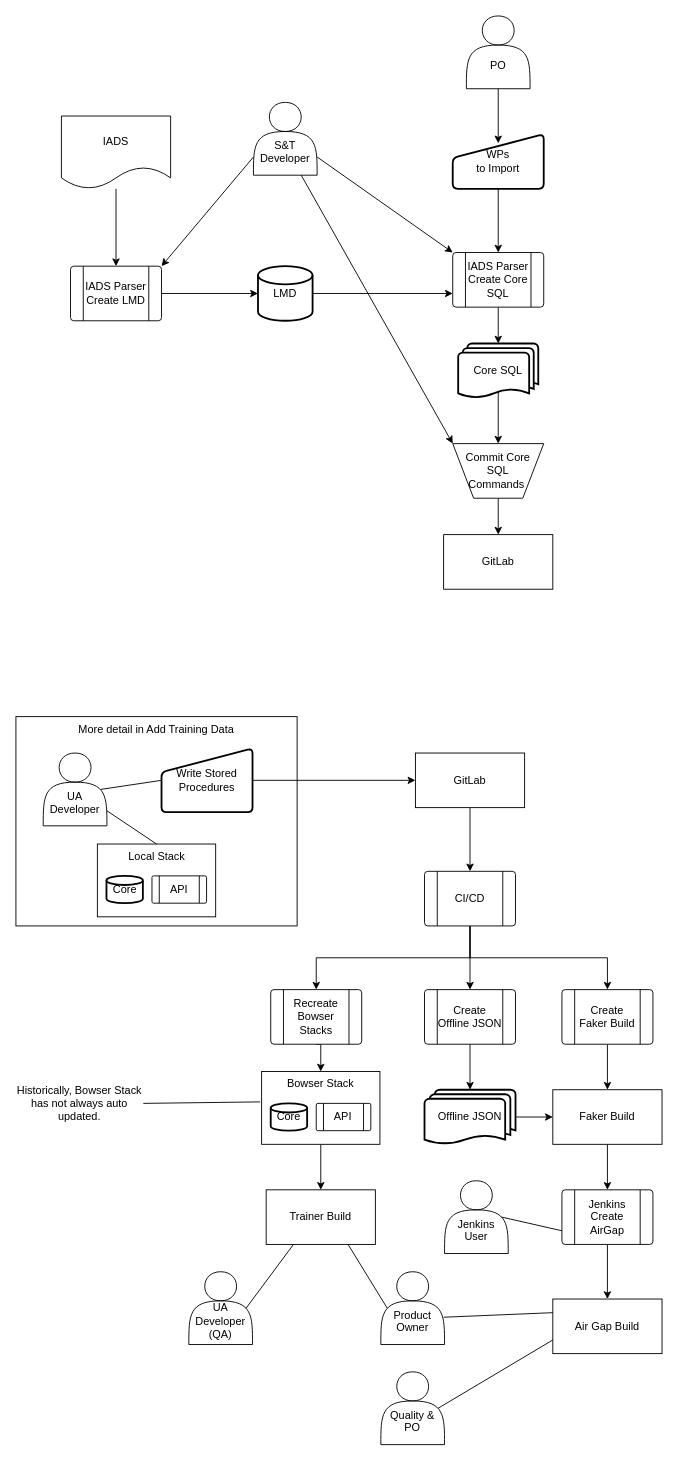
Earlier version of the draw.io diagram IETM Based Workflows/Testing Overview v1.drawio (Bspeirtorch/draw). Source tidied: cells renumbered, new cells numbered last; positions are measured from the earlier drawing's top-left corner, leaving out a move shared by most shapes. Both pictures are drawn from the tidied source at 91%, with x=0, y=0 at pixel (15, 15).
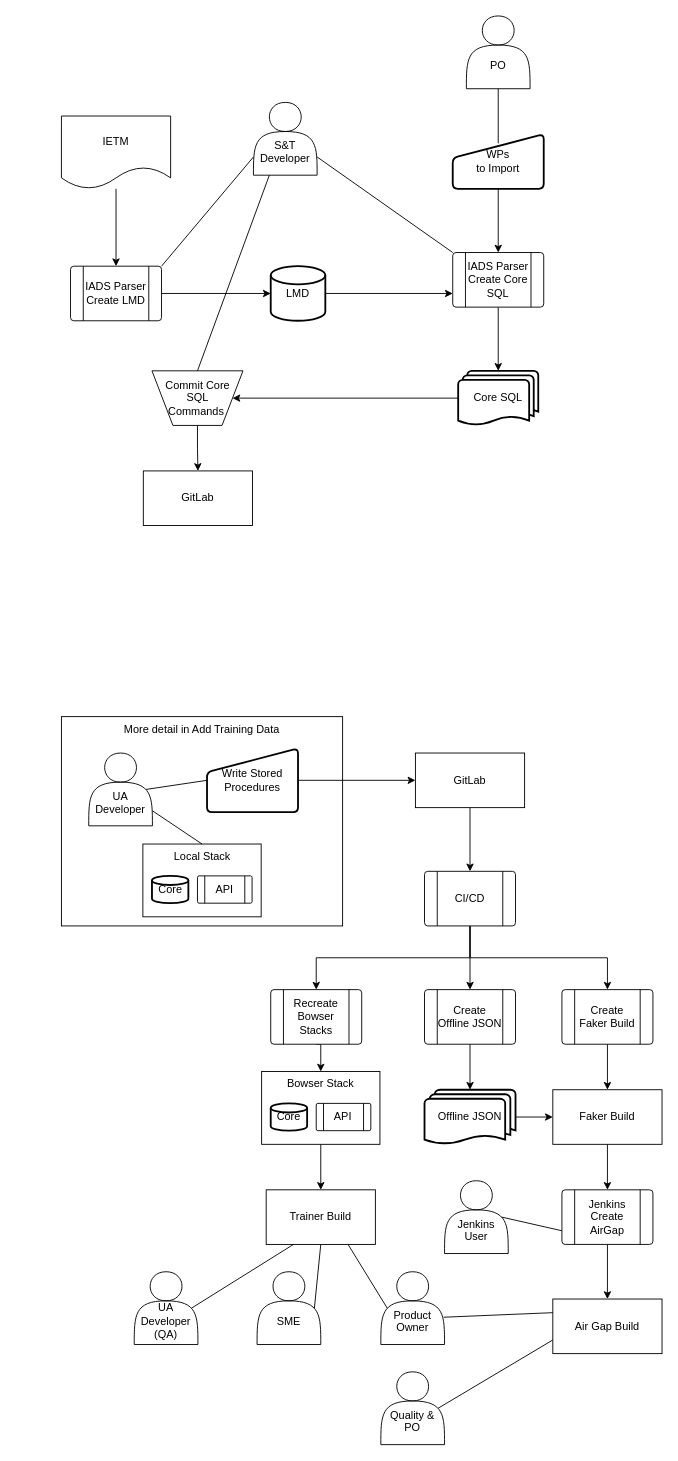
The same page after the edit.

Unchanged cells that the change refers to:
```xml
<mxCell id="11" value="IADS Parser Create LMD" style="verticalLabelPosition=middle;verticalAlign=middle;html=1;shape=process;whiteSpace=wrap;rounded=1;size=0.14;arcSize=6;labelPosition=center;align=center;" parent="1" vertex="1">
  <mxGeometry x="60" y="275" width="100" height="60" as="geometry" />
</mxCell>
<mxCell id="20" value="Bowser Stack" style="rounded=0;whiteSpace=wrap;html=1;verticalAlign=top;" parent="1" vertex="1">
  <mxGeometry x="270" y="1160" width="130" height="80" as="geometry" />
</mxCell>
<mxCell id="29" value="Trainer Build" style="rounded=0;whiteSpace=wrap;html=1;" parent="1" vertex="1">
  <mxGeometry x="275" y="1290" width="120" height="60" as="geometry" />
</mxCell>
<mxCell id="34" value="&lt;br&gt;&lt;br&gt;S&amp;amp;T&lt;br&gt;Developer" style="shape=actor;whiteSpace=wrap;html=1;labelPosition=center;verticalLabelPosition=middle;align=center;verticalAlign=middle;" parent="1" vertex="1">
  <mxGeometry x="261" y="95" width="70" height="80" as="geometry" />
</mxCell>
<mxCell id="42" value="WPs&lt;br&gt;to Import" style="html=1;strokeWidth=2;shape=manualInput;whiteSpace=wrap;rounded=1;size=26;arcSize=11;" parent="1" vertex="1">
  <mxGeometry x="480" y="130" width="100" height="60" as="geometry" />
</mxCell>
<mxCell id="44" value="IADS Parser Create Core SQL" style="verticalLabelPosition=middle;verticalAlign=middle;html=1;shape=process;whiteSpace=wrap;rounded=1;size=0.14;arcSize=6;labelPosition=center;align=center;" parent="1" vertex="1">
  <mxGeometry x="480" y="260" width="100" height="60" as="geometry" />
</mxCell>
<mxCell id="45" value="&lt;br&gt;&lt;br&gt;PO" style="shape=actor;whiteSpace=wrap;html=1;labelPosition=center;verticalLabelPosition=middle;align=center;verticalAlign=middle;" parent="1" vertex="1">
  <mxGeometry x="495" width="70" height="80" as="geometry" />
</mxCell>
```

Change to the diagram source:
```diff
@@
     <mxCell id="2" value="More detail in Add Training Data" style="rounded=0;whiteSpace=wrap;html=1;fillColor=none;verticalAlign=top;" parent="1" vertex="1">
-      <mxGeometry y="770" width="309" height="230" as="geometry" />
+      <mxGeometry x="50" y="770" width="309" height="230" as="geometry" />
     </mxCell>
-    <mxCell id="3" value="IADS" style="shape=document;whiteSpace=wrap;html=1;boundedLbl=1;" parent="1" vertex="1">
+    <mxCell id="3" value="IETM" style="shape=document;whiteSpace=wrap;html=1;boundedLbl=1;" parent="1" vertex="1">
       <mxGeometry x="50" y="110" width="120" height="80" as="geometry" />
     </mxCell>
@@
     <mxCell id="6" value="Write Stored&lt;br&gt;Procedures" style="html=1;strokeWidth=2;shape=manualInput;whiteSpace=wrap;rounded=1;size=26;arcSize=11;" parent="1" vertex="1">
-      <mxGeometry x="160" y="805" width="100" height="70" as="geometry" />
+      <mxGeometry x="210" y="805" width="100" height="70" as="geometry" />
     </mxCell>
@@
     <mxCell id="10" value="LMD" style="strokeWidth=2;html=1;shape=mxgraph.flowchart.database;whiteSpace=wrap;" parent="1" vertex="1">
-      <mxGeometry x="266" y="275" width="60" height="60" as="geometry" />
+      <mxGeometry x="280" y="275" width="60" height="60" as="geometry" />
     </mxCell>
@@
     <mxCell id="12" value="&lt;br&gt;&lt;br&gt;UA Developer" style="shape=actor;whiteSpace=wrap;html=1;labelPosition=center;verticalLabelPosition=middle;align=center;verticalAlign=middle;" parent="1" vertex="1">
-      <mxGeometry x="30" y="810" width="70" height="80" as="geometry" />
+      <mxGeometry x="80" y="810" width="70" height="80" as="geometry" />
     </mxCell>
@@
     <mxCell id="30" value="&lt;br&gt;&lt;br&gt;UA Developer (QA)" style="shape=actor;whiteSpace=wrap;html=1;labelPosition=center;verticalLabelPosition=middle;align=center;verticalAlign=middle;" parent="1" vertex="1">
-      <mxGeometry x="190" y="1380" width="70" height="80" as="geometry" />
+      <mxGeometry x="130" y="1380" width="70" height="80" as="geometry" />
     </mxCell>
@@
-    <mxCell id="35" style="endArrow=classic;html=1;rounded=0;entryX=0;entryY=0;entryDx=0;entryDy=0;exitX=1;exitY=0.75;exitDx=0;exitDy=0;" parent="1" edge="1" source="34" target="44">
+    <mxCell id="35" style="endArrow=none;html=1;rounded=0;entryX=0;entryY=0;entryDx=0;entryDy=0;exitX=1;exitY=0.75;exitDx=0;exitDy=0;endFill=0;" parent="1" edge="1" source="34" target="44">
       <mxGeometry relative="1" as="geometry" />
     </mxCell>
-    <mxCell id="36" style="endArrow=classic;html=1;rounded=0;entryX=1;entryY=0;entryDx=0;entryDy=0;exitX=0;exitY=0.75;exitDx=0;exitDy=0;" parent="1" edge="1" source="34" target="11">
+    <mxCell id="36" style="endArrow=none;html=1;rounded=0;entryX=1;entryY=0;entryDx=0;entryDy=0;exitX=0;exitY=0.75;exitDx=0;exitDy=0;endFill=0;" parent="1" edge="1" source="34" target="11">
       <mxGeometry relative="1" as="geometry" />
     </mxCell>
@@
     <mxCell id="38" value="Commit Core SQL &lt;br&gt;Commands&amp;nbsp;" style="verticalLabelPosition=middle;verticalAlign=middle;html=1;shape=trapezoid;perimeter=trapezoidPerimeter;whiteSpace=wrap;size=0.23;arcSize=10;flipV=1;labelPosition=center;align=center;" parent="1" vertex="1">
-      <mxGeometry x="480" y="470" width="100" height="60" as="geometry" />
+      <mxGeometry x="149.5" y="390" width="100" height="60" as="geometry" />
     </mxCell>
-    <mxCell id="39" style="edgeStyle=orthogonalEdgeStyle;rounded=0;jettySize=auto;html=1;exitX=0.5;exitY=0.88;exitDx=0;exitDy=0;exitPerimeter=0;entryX=0.5;entryY=0;entryDx=0;entryDy=0;" parent="1" edge="1" source="40" target="38">
-      <mxGeometry relative="1" as="geometry" />
-    </mxCell>
     <mxCell id="40" value="Core SQL" style="strokeWidth=2;html=1;shape=mxgraph.flowchart.multi-document;whiteSpace=wrap;" parent="1" vertex="1">
-      <mxGeometry x="486" y="360" width="88" height="60" as="geometry" />
+      <mxGeometry x="486" y="390" width="88" height="60" as="geometry" />
     </mxCell>
@@
-    <mxCell id="46" style="edgeStyle=orthogonalEdgeStyle;rounded=0;jettySize=auto;html=1;exitX=0.5;exitY=1;exitDx=0;exitDy=0;entryX=0.5;entryY=0.167;entryDx=0;entryDy=0;entryPerimeter=0;" parent="1" edge="1" source="45" target="42">
+    <mxCell id="46" style="edgeStyle=orthogonalEdgeStyle;rounded=0;jettySize=auto;html=1;exitX=0.5;exitY=1;exitDx=0;exitDy=0;entryX=0.5;entryY=0.167;entryDx=0;entryDy=0;entryPerimeter=0;endArrow=none;endFill=0;" parent="1" edge="1" source="45" target="42">
       <mxGeometry relative="1" as="geometry" />
     </mxCell>
-    <mxCell id="47" style="endArrow=classic;html=1;rounded=0;exitX=0.75;exitY=1;exitDx=0;exitDy=0;entryX=0;entryY=0;entryDx=0;entryDy=0;" parent="1" edge="1" source="34" target="38">
-      <mxGeometry relative="1" as="geometry" />
-    </mxCell>
@@
     <mxCell id="49" value="GitLab" style="rounded=0;whiteSpace=wrap;html=1;" parent="1" vertex="1">
-      <mxGeometry x="470" y="570" width="120" height="60" as="geometry" />
+      <mxGeometry x="140" y="500" width="120" height="60" as="geometry" />
     </mxCell>
@@
-    <mxCell id="61" value="Historically, Bowser Stack has not always auto updated." style="text;html=1;strokeColor=none;fillColor=none;align=center;verticalAlign=middle;whiteSpace=wrap;rounded=0;" parent="1" vertex="1">
-      <mxGeometry y="1145" width="140" height="100" as="geometry" />
-    </mxCell>
-    <mxCell id="62" style="endArrow=none;html=1;rounded=0;entryX=-0.013;entryY=0.417;entryDx=0;entryDy=0;entryPerimeter=0;exitX=1;exitY=0.5;exitDx=0;exitDy=0;" parent="1" edge="1" source="61" target="20">
-      <mxGeometry relative="1" as="geometry" />
-    </mxCell>
     <mxCell id="63" value="Local Stack" style="rounded=0;whiteSpace=wrap;html=1;verticalAlign=top;" parent="1" vertex="1">
-      <mxGeometry x="89.5" y="910" width="130" height="80" as="geometry" />
+      <mxGeometry x="139.5" y="910" width="130" height="80" as="geometry" />
     </mxCell>
     <mxCell id="64" value="Core" style="strokeWidth=2;html=1;shape=mxgraph.flowchart.database;whiteSpace=wrap;" parent="1" vertex="1">
-      <mxGeometry x="99.5" y="945" width="40" height="30" as="geometry" />
+      <mxGeometry x="149.5" y="945" width="40" height="30" as="geometry" />
     </mxCell>
     <mxCell id="65" value="API" style="verticalLabelPosition=middle;verticalAlign=middle;html=1;shape=process;whiteSpace=wrap;rounded=1;size=0.14;arcSize=6;labelPosition=center;align=center;" parent="1" vertex="1">
-      <mxGeometry x="149.5" y="945" width="60" height="30" as="geometry" />
+      <mxGeometry x="199.5" y="945" width="60" height="30" as="geometry" />
     </mxCell>
@@
+    <mxCell id="39" style="edgeStyle=orthogonalEdgeStyle;rounded=0;jettySize=auto;html=1;exitX=0;exitY=0.5;exitDx=0;exitDy=0;exitPerimeter=0;entryX=1;entryY=0.5;entryDx=0;entryDy=0;" parent="1" edge="1" source="40" target="38">
+      <mxGeometry relative="1" as="geometry" />
+    </mxCell>
+    <mxCell id="67" style="endArrow=none;html=1;rounded=0;entryX=0.25;entryY=1;entryDx=0;entryDy=0;exitX=0.5;exitY=0;exitDx=0;exitDy=0;" parent="1" edge="1" source="38" target="34">
+      <mxGeometry relative="1" as="geometry" />
+    </mxCell>
+    <mxCell id="68" value="&lt;br&gt;&lt;br&gt;SME" style="shape=actor;whiteSpace=wrap;html=1;labelPosition=center;verticalLabelPosition=middle;align=center;verticalAlign=middle;" parent="1" vertex="1">
+      <mxGeometry x="265" y="1380" width="70" height="80" as="geometry" />
+    </mxCell>
+    <mxCell id="69" style="endArrow=none;html=1;rounded=0;exitX=0.9;exitY=0.5;exitDx=0;exitDy=0;exitPerimeter=0;entryX=0.5;entryY=1;entryDx=0;entryDy=0;" parent="1" edge="1" source="68" target="29">
+      <mxGeometry relative="1" as="geometry" />
+    </mxCell>
```
